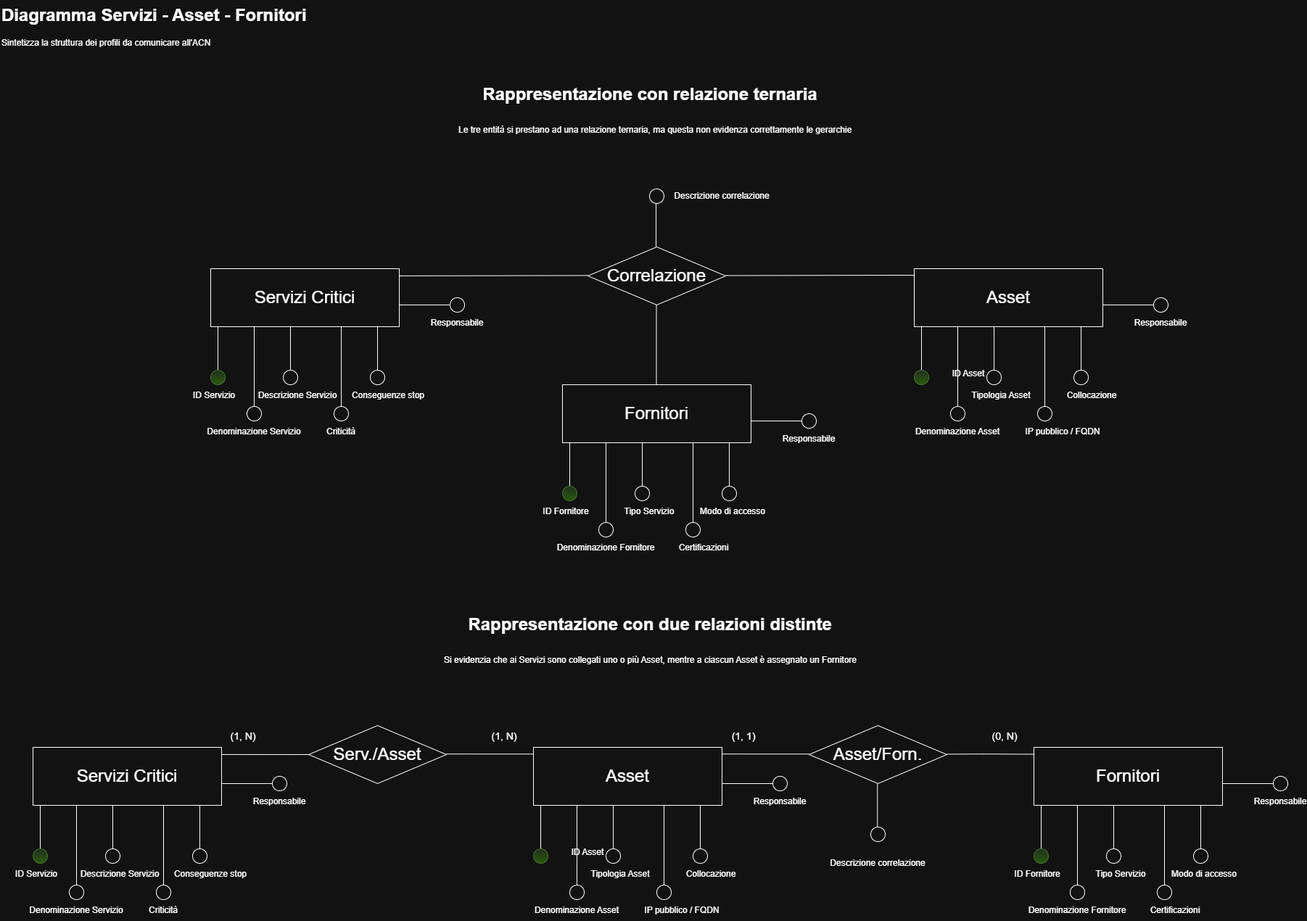
Earlier version of the draw.io export Modello concettuale/01 Diagramma Servizi - Asset - Fornitori.drawio.png (maurizion71/progetto). Source tidied: cells renumbered, new cells last; positions are measured from the earlier drawing's top-left corner, leaving out a move shared by most shapes.
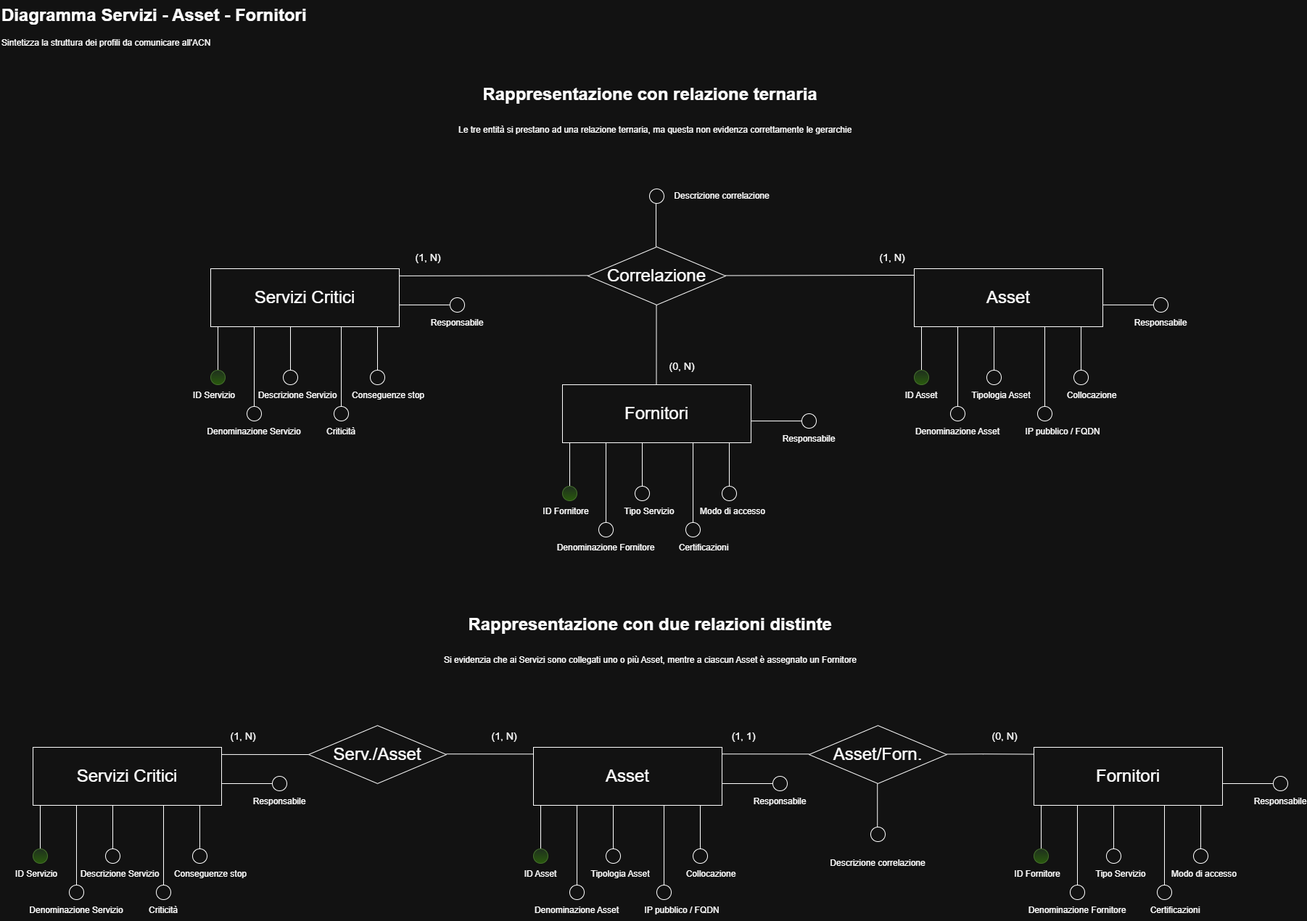
Above is the later version.

Commit message:
Correzione immagine 01

Change to the diagram source:
```diff
@@ -73,7 +73,7 @@
       <mxGeometry x="1260" y="510" width="20" height="20" as="geometry" />
     </mxCell>
     <mxCell id="21" value="ID Asset" style="text;html=1;whiteSpace=wrap;strokeColor=none;fillColor=none;align=center;verticalAlign=middle;rounded=0;" parent="1" vertex="1">
-      <mxGeometry x="1300" y="500" width="70" height="30" as="geometry" />
+      <mxGeometry x="1235" y="530" width="70" height="30" as="geometry" />
     </mxCell>
     <mxCell id="22" style="endArrow=none;html=1;rounded=0;" parent="1" edge="1" source="23">
       <mxGeometry relative="1" as="geometry">
@@ -318,7 +318,7 @@
       <mxGeometry x="735" y="1170" width="20" height="20" as="geometry" />
     </mxCell>
     <mxCell id="86" value="ID Asset" style="text;html=1;whiteSpace=wrap;strokeColor=none;fillColor=none;align=center;verticalAlign=middle;rounded=0;" parent="1" vertex="1">
-      <mxGeometry x="775" y="1160" width="70" height="30" as="geometry" />
+      <mxGeometry x="710" y="1190" width="70" height="30" as="geometry" />
     </mxCell>
     <mxCell id="87" style="endArrow=none;html=1;rounded=0;" parent="1" edge="1" source="88">
       <mxGeometry relative="1" as="geometry">
@@ -520,5 +520,14 @@
     <mxCell id="138" value="&lt;h1 style=&quot;margin-top: 0px;&quot;&gt;&lt;span style=&quot;background-color: transparent; color: light-dark(rgb(0, 0, 0), rgb(255, 255, 255));&quot;&gt;&amp;nbsp; &amp;nbsp; &amp;nbsp;Rappresentazione con due relazioni distinte&lt;/span&gt;&lt;/h1&gt;&lt;h1 style=&quot;margin-top: 0px;&quot;&gt;&lt;span style=&quot;font-size: 12px; font-weight: 400;&quot;&gt;Si evidenzia che ai Servizi sono collegati uno o più Asset, mentre a ciascun Asset è assegnato un Fornitore&lt;/span&gt;&lt;/h1&gt;" style="text;html=1;whiteSpace=wrap;overflow=hidden;rounded=0;" parent="1" vertex="1">
       <mxGeometry x="610" y="840" width="600" height="120" as="geometry" />
     </mxCell>
+    <mxCell id="139" value="&lt;font style=&quot;font-size: 14px;&quot;&gt;(1, N)&lt;/font&gt;" style="text;html=1;whiteSpace=wrap;strokeColor=none;fillColor=none;align=center;verticalAlign=middle;rounded=0;" parent="1" vertex="1">
+      <mxGeometry x="560" y="340" width="60" height="30" as="geometry" />
+    </mxCell>
+    <mxCell id="140" value="&lt;font style=&quot;font-size: 14px;&quot;&gt;(1, N)&lt;/font&gt;" style="text;html=1;whiteSpace=wrap;strokeColor=none;fillColor=none;align=center;verticalAlign=middle;rounded=0;" parent="1" vertex="1">
+      <mxGeometry x="1200" y="340" width="60" height="30" as="geometry" />
+    </mxCell>
+    <mxCell id="141" value="&lt;font style=&quot;font-size: 14px;&quot;&gt;(0, N)&lt;/font&gt;" style="text;html=1;whiteSpace=wrap;strokeColor=none;fillColor=none;align=center;verticalAlign=middle;rounded=0;" parent="1" vertex="1">
+      <mxGeometry x="910" y="490" width="60" height="30" as="geometry" />
+    </mxCell>
   </root>
 </mxGraphModel>
```
